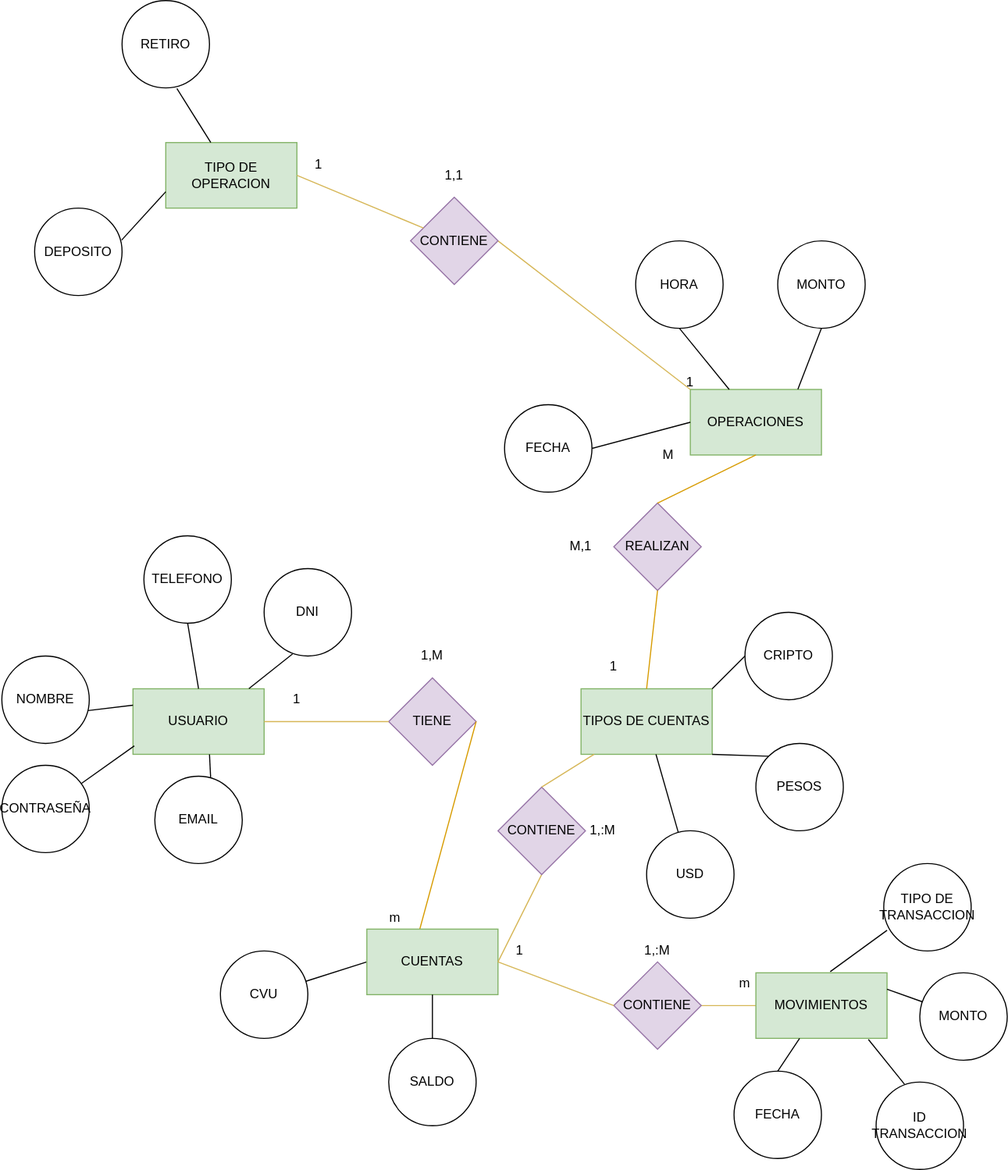
Above: Diagrama sin título.drawio.svg in Lauga2022/APP (draw.io), before the change. Source tidied: cells renumbered, new cells last; positions are measured from the earlier drawing's top-left corner, leaving out a move shared by most shapes.
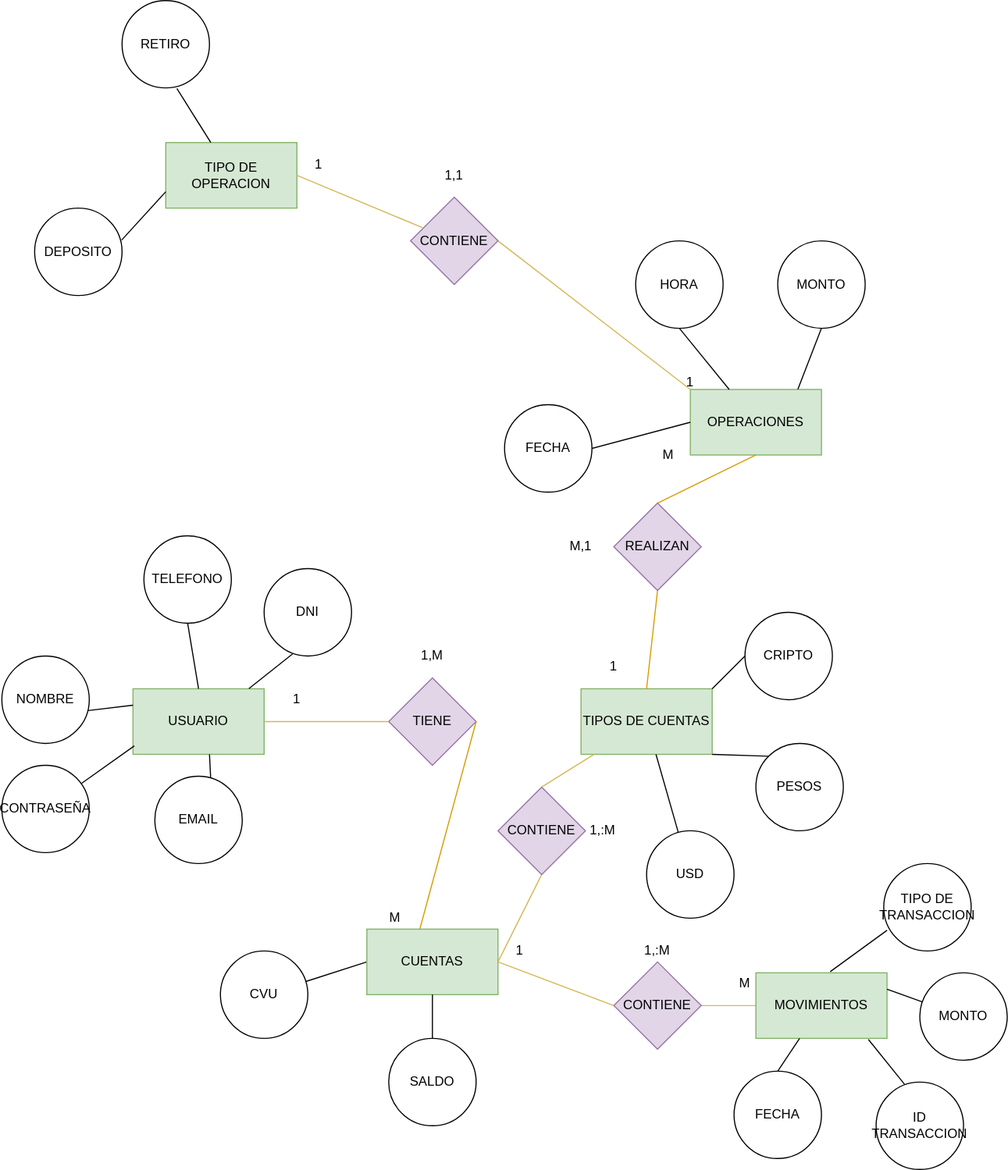
After the commit.

What changed in the source:
```diff
@@ -174,7 +174,7 @@
     <mxCell id="56" value="1" style="whiteSpace=wrap;html=1;fillColor=none;strokeColor=none;" parent="1" vertex="1">
       <mxGeometry x="210" y="610" width="120" height="60" as="geometry" />
     </mxCell>
-    <mxCell id="57" value="m" style="whiteSpace=wrap;html=1;fillColor=none;strokeColor=none;" parent="1" vertex="1">
+    <mxCell id="57" value="M" style="whiteSpace=wrap;html=1;fillColor=none;strokeColor=none;" parent="1" vertex="1">
       <mxGeometry x="300" y="810" width="120" height="60" as="geometry" />
     </mxCell>
     <mxCell id="58" value="CONTIENE" style="rhombus;whiteSpace=wrap;html=1;fillColor=#e1d5e7;strokeColor=#9673a6;" parent="1" vertex="1">
@@ -219,7 +219,7 @@
     <mxCell id="71" style="endArrow=none;html=1;rounded=0;entryX=0.01;entryY=0.872;entryDx=0;entryDy=0;entryPerimeter=0;" parent="1" edge="1" source="70" target="2">
       <mxGeometry relative="1" as="geometry" />
     </mxCell>
-    <mxCell id="72" value="m" style="whiteSpace=wrap;html=1;fillColor=none;strokeColor=none;" parent="1" vertex="1">
+    <mxCell id="72" value="M" style="whiteSpace=wrap;html=1;fillColor=none;strokeColor=none;" parent="1" vertex="1">
       <mxGeometry x="620" y="870" width="120" height="60" as="geometry" />
     </mxCell>
     <mxCell id="73" value="1" style="whiteSpace=wrap;html=1;fillColor=none;strokeColor=none;" parent="1" vertex="1">
```
